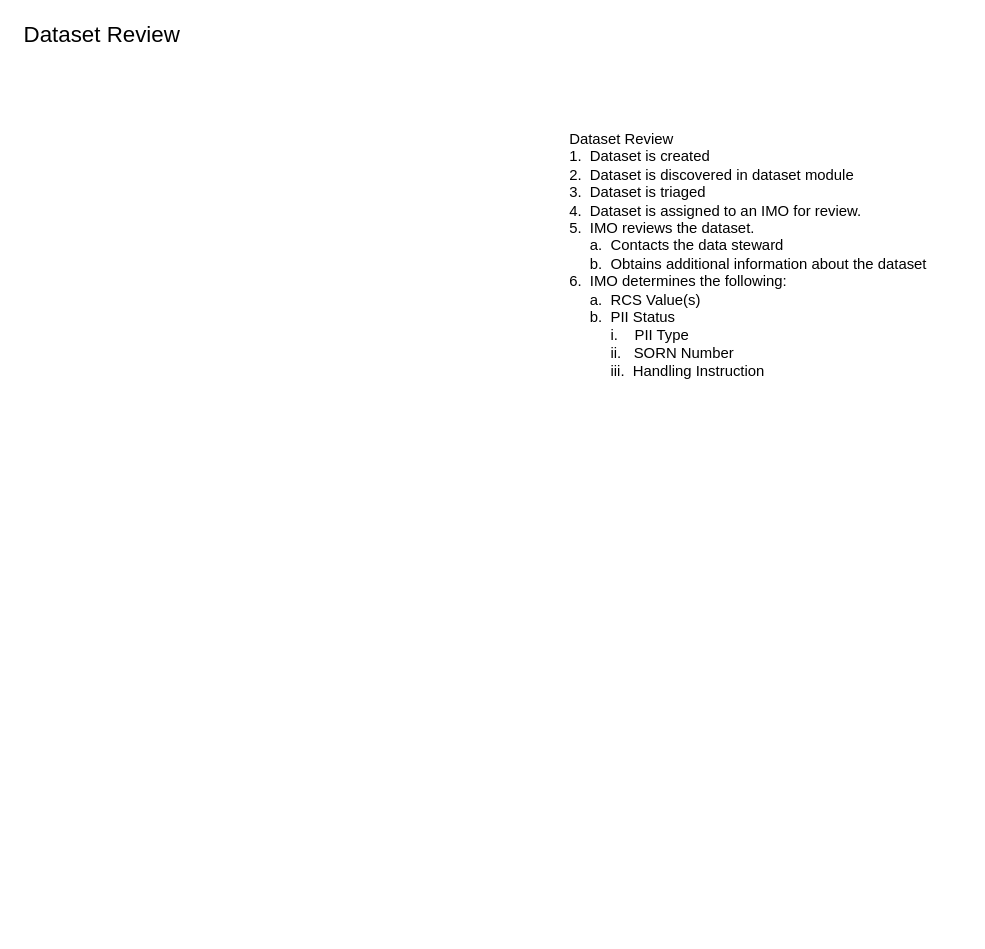
Earlier version of the draw.io diagram page "Dataset Review" (5 of 5) of Drawings/Workflows.drawio (flare891/rmslow). Source tidied: cells renumbered, new cells numbered last; positions are measured from the earlier drawing's top-left corner, leaving out a move shared by most shapes. Both pictures are drawn from the tidied source at 124%, with x=0, y=0 at pixel (21, 22).
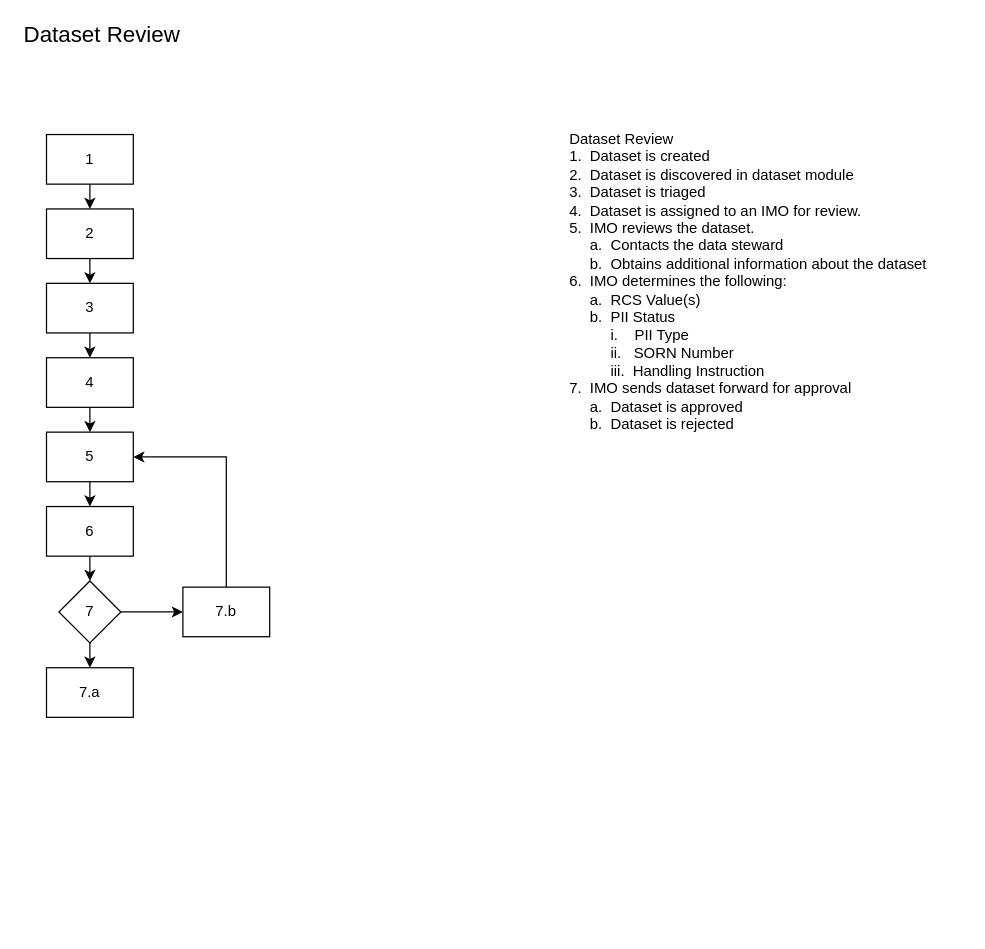
The same diagram, later.

Change to the diagram source:
```diff
@@
-    <mxCell id="2" value="Dataset Review&lt;br&gt;1.&amp;nbsp; Dataset is created&lt;br&gt;2.&amp;nbsp; Dataset is discovered in dataset module&lt;br&gt;3.&amp;nbsp; Dataset is triaged&lt;br&gt;4.&amp;nbsp; Dataset is assigned to an IMO for review.&lt;br&gt;5.&amp;nbsp; IMO reviews the dataset.&amp;nbsp; &lt;br&gt;&amp;nbsp; &amp;nbsp; &amp;nbsp;a.&amp;nbsp; Contacts the data steward&lt;br&gt;&amp;nbsp; &amp;nbsp; &amp;nbsp;b.&amp;nbsp; Obtains additional information about the dataset&lt;br&gt;6.&amp;nbsp; IMO determines the following:&lt;br&gt;&amp;nbsp; &amp;nbsp; &amp;nbsp;a.&amp;nbsp; RCS Value(s)&lt;br&gt;&amp;nbsp; &amp;nbsp; &amp;nbsp;b.&amp;nbsp; PII Status&lt;br&gt;&amp;nbsp; &amp;nbsp; &amp;nbsp; &amp;nbsp; &amp;nbsp; i.&amp;nbsp; &amp;nbsp; PII Type&lt;br&gt;&amp;nbsp; &amp;nbsp; &amp;nbsp; &amp;nbsp; &amp;nbsp; ii.&amp;nbsp; &amp;nbsp;SORN Number&lt;br&gt;&amp;nbsp; &amp;nbsp; &amp;nbsp; &amp;nbsp; &amp;nbsp; iii.&amp;nbsp; Handling Instruction" style="text;html=1;strokeColor=none;fillColor=none;align=left;verticalAlign=top;whiteSpace=wrap;rounded=0;" parent="1" vertex="1">
+    <mxCell id="2" value="Dataset Review&lt;br&gt;1.&amp;nbsp; Dataset is created&lt;br&gt;2.&amp;nbsp; Dataset is discovered in dataset module&lt;br&gt;3.&amp;nbsp; Dataset is triaged&lt;br&gt;4.&amp;nbsp; Dataset is assigned to an IMO for review.&lt;br&gt;5.&amp;nbsp; IMO reviews the dataset.&amp;nbsp; &lt;br&gt;&amp;nbsp; &amp;nbsp; &amp;nbsp;a.&amp;nbsp; Contacts the data steward&lt;br&gt;&amp;nbsp; &amp;nbsp; &amp;nbsp;b.&amp;nbsp; Obtains additional information about the dataset&lt;br&gt;6.&amp;nbsp; IMO determines the following:&lt;br&gt;&amp;nbsp; &amp;nbsp; &amp;nbsp;a.&amp;nbsp; RCS Value(s)&lt;br&gt;&amp;nbsp; &amp;nbsp; &amp;nbsp;b.&amp;nbsp; PII Status&lt;br&gt;&amp;nbsp; &amp;nbsp; &amp;nbsp; &amp;nbsp; &amp;nbsp; i.&amp;nbsp; &amp;nbsp; PII Type&lt;br&gt;&amp;nbsp; &amp;nbsp; &amp;nbsp; &amp;nbsp; &amp;nbsp; ii.&amp;nbsp; &amp;nbsp;SORN Number&lt;br&gt;&amp;nbsp; &amp;nbsp; &amp;nbsp; &amp;nbsp; &amp;nbsp; iii.&amp;nbsp; Handling Instruction&lt;br&gt;7.&amp;nbsp; IMO sends dataset forward for approval&lt;br&gt;&amp;nbsp; &amp;nbsp; &amp;nbsp;a.&amp;nbsp; Dataset is approved&lt;br&gt;&amp;nbsp; &amp;nbsp; &amp;nbsp;b.&amp;nbsp; Dataset is rejected" style="text;html=1;strokeColor=none;fillColor=none;align=left;verticalAlign=top;whiteSpace=wrap;rounded=0;" parent="1" vertex="1">
       <mxGeometry x="440" y="80" width="320" height="650" as="geometry" />
     </mxCell>
@@
+    <mxCell id="4" value="1" style="rounded=0;whiteSpace=wrap;html=1;" parent="1" vertex="1">
+      <mxGeometry x="20" y="90" width="70" height="40" as="geometry" />
+    </mxCell>
+    <mxCell id="5" style="endArrow=classic;html=1;exitX=0.5;exitY=1;exitDx=0;exitDy=0;entryX=0.5;entryY=0;entryDx=0;entryDy=0;" parent="1" edge="1" source="4">
+      <mxGeometry relative="1" as="geometry">
+        <mxPoint x="55" y="150" as="targetPoint" />
+      </mxGeometry>
+    </mxCell>
+    <mxCell id="6" value="2" style="rounded=0;whiteSpace=wrap;html=1;" parent="1" vertex="1">
+      <mxGeometry x="20" y="150" width="70" height="40" as="geometry" />
+    </mxCell>
+    <mxCell id="7" style="endArrow=classic;html=1;exitX=0.5;exitY=1;exitDx=0;exitDy=0;entryX=0.5;entryY=0;entryDx=0;entryDy=0;" parent="1" edge="1" source="6">
+      <mxGeometry relative="1" as="geometry">
+        <mxPoint x="55" y="210" as="targetPoint" />
+      </mxGeometry>
+    </mxCell>
+    <mxCell id="8" value="3" style="rounded=0;whiteSpace=wrap;html=1;" parent="1" vertex="1">
+      <mxGeometry x="20" y="210" width="70" height="40" as="geometry" />
+    </mxCell>
+    <mxCell id="9" style="endArrow=classic;html=1;exitX=0.5;exitY=1;exitDx=0;exitDy=0;entryX=0.5;entryY=0;entryDx=0;entryDy=0;" parent="1" edge="1" source="8">
+      <mxGeometry relative="1" as="geometry">
+        <mxPoint x="55" y="270" as="targetPoint" />
+      </mxGeometry>
+    </mxCell>
+    <mxCell id="10" style="edgeStyle=orthogonalEdgeStyle;rounded=0;jettySize=auto;html=1;exitX=0.5;exitY=1;exitDx=0;exitDy=0;entryX=0.5;entryY=0;entryDx=0;entryDy=0;fontSize=18;" parent="1" edge="1" source="11" target="19">
+      <mxGeometry relative="1" as="geometry" />
+    </mxCell>
+    <mxCell id="11" value="4" style="rounded=0;whiteSpace=wrap;html=1;" parent="1" vertex="1">
+      <mxGeometry x="20" y="270" width="70" height="40" as="geometry" />
+    </mxCell>
+    <mxCell id="12" value="7.a" style="rounded=0;whiteSpace=wrap;html=1;" parent="1" vertex="1">
+      <mxGeometry x="20" y="520" width="70" height="40" as="geometry" />
+    </mxCell>
+    <mxCell id="13" style="edgeStyle=orthogonalEdgeStyle;rounded=0;jettySize=auto;html=1;exitX=0.5;exitY=1;exitDx=0;exitDy=0;entryX=0.5;entryY=0;entryDx=0;entryDy=0;fontSize=12;" parent="1" edge="1" source="15" target="12">
+      <mxGeometry relative="1" as="geometry" />
+    </mxCell>
+    <mxCell id="14" style="edgeStyle=orthogonalEdgeStyle;rounded=0;jettySize=auto;html=1;exitX=1;exitY=0.5;exitDx=0;exitDy=0;entryX=0;entryY=0.5;entryDx=0;entryDy=0;fontSize=12;" parent="1" edge="1" source="15" target="17">
+      <mxGeometry relative="1" as="geometry" />
+    </mxCell>
+    <mxCell id="15" value="7" style="rhombus;whiteSpace=wrap;html=1;" parent="1" vertex="1">
+      <mxGeometry x="30" y="450" width="50" height="50" as="geometry" />
+    </mxCell>
+    <mxCell id="16" style="edgeStyle=orthogonalEdgeStyle;rounded=0;jettySize=auto;html=1;exitX=0.5;exitY=0;exitDx=0;exitDy=0;fontSize=18;entryX=1;entryY=0.5;entryDx=0;entryDy=0;" parent="1" edge="1" source="17" target="19">
+      <mxGeometry relative="1" as="geometry" />
+    </mxCell>
+    <mxCell id="17" value="7.b" style="rounded=0;whiteSpace=wrap;html=1;" parent="1" vertex="1">
+      <mxGeometry x="130" y="455" width="70" height="40" as="geometry" />
+    </mxCell>
+    <mxCell id="18" style="edgeStyle=orthogonalEdgeStyle;rounded=0;jettySize=auto;html=1;exitX=0.5;exitY=1;exitDx=0;exitDy=0;entryX=0.5;entryY=0;entryDx=0;entryDy=0;fontSize=18;" parent="1" edge="1" source="19" target="21">
+      <mxGeometry relative="1" as="geometry" />
+    </mxCell>
+    <mxCell id="19" value="5" style="rounded=0;whiteSpace=wrap;html=1;" parent="1" vertex="1">
+      <mxGeometry x="20" y="330" width="70" height="40" as="geometry" />
+    </mxCell>
+    <mxCell id="20" style="edgeStyle=orthogonalEdgeStyle;rounded=0;jettySize=auto;html=1;exitX=0.5;exitY=1;exitDx=0;exitDy=0;entryX=0.5;entryY=0;entryDx=0;entryDy=0;fontSize=18;" parent="1" edge="1" source="21" target="15">
+      <mxGeometry relative="1" as="geometry" />
+    </mxCell>
+    <mxCell id="21" value="6" style="rounded=0;whiteSpace=wrap;html=1;" parent="1" vertex="1">
+      <mxGeometry x="20" y="390" width="70" height="40" as="geometry" />
+    </mxCell>
```
